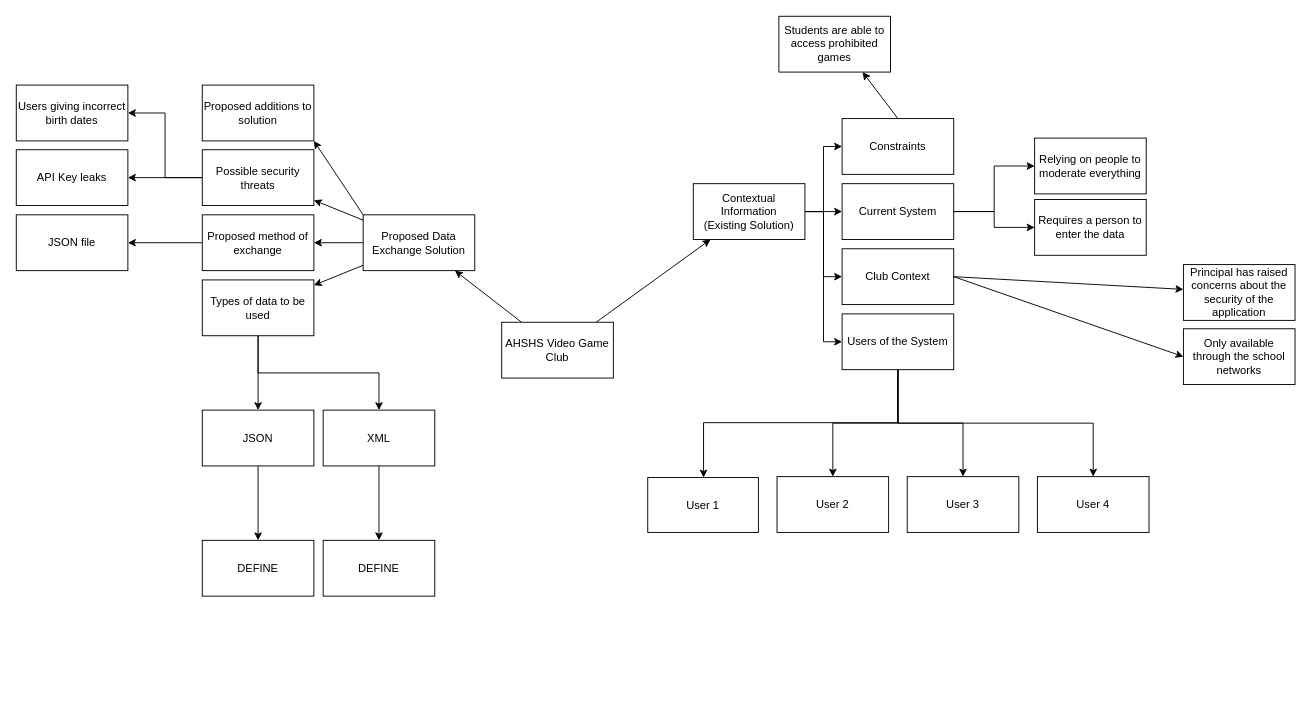
This is docs/mindmap.drawio from Yuki-42/IA3, a draw.io file, before an edit. Source tidied: cells renumbered, new cells numbered last; positions are measured from the earlier drawing's top-left corner, leaving out a move shared by most shapes. Both pictures are drawn from the tidied source at 93%, with x=0, y=0 at pixel (16, 16).
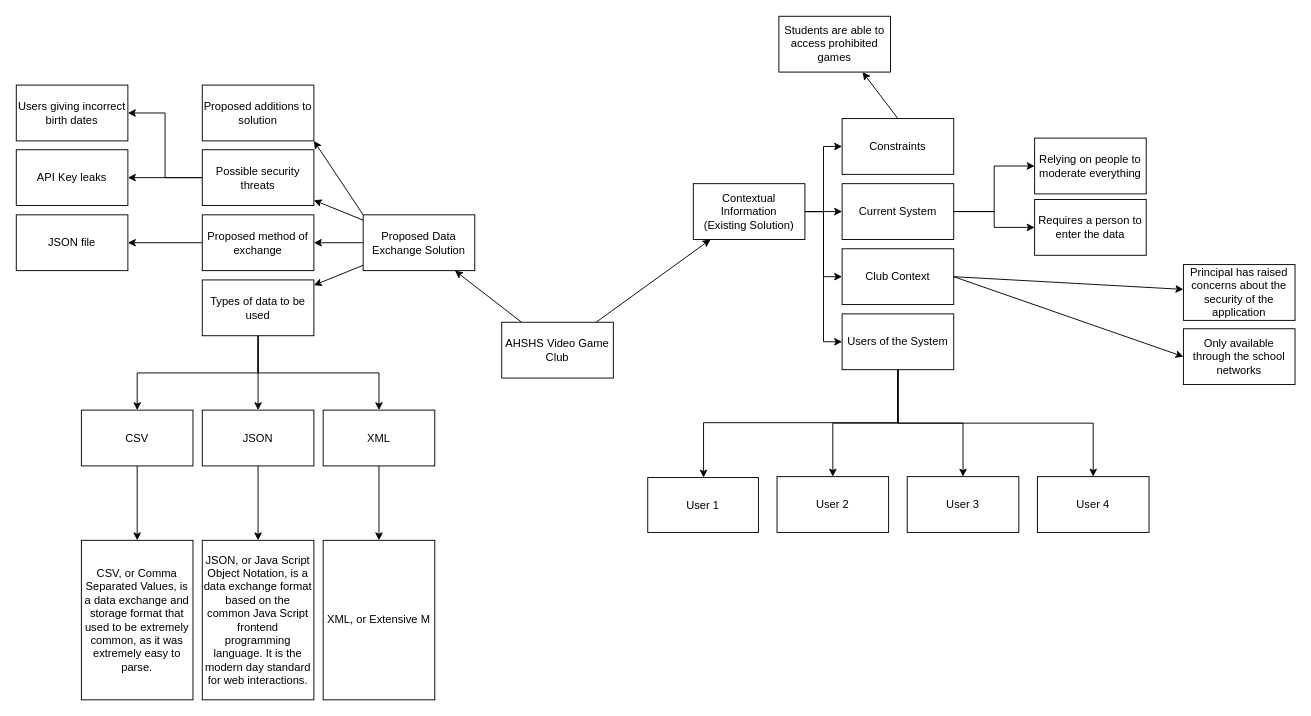
After the change.

The change refers to these unchanged cells:
```xml
<mxCell id="14" value="Types of data to be used" style="whiteSpace=wrap;html=1;" parent="1" vertex="1">
  <mxGeometry x="200" y="283.5" width="120" height="60" as="geometry" />
</mxCell>
```

What changed in the source:
```diff
@@
+    <mxCell id="55" style="edgeStyle=orthogonalEdgeStyle;rounded=0;jettySize=auto;html=1;exitX=0.5;exitY=1;exitDx=0;exitDy=0;entryX=0.5;entryY=0;entryDx=0;entryDy=0;" parent="1" edge="1" source="14" target="57">
+      <mxGeometry relative="1" as="geometry" />
+    </mxCell>
@@
-    <mxCell id="52" value="DEFINE" style="whiteSpace=wrap;html=1;" parent="1" vertex="1">
-      <mxGeometry x="200" y="563.5" width="120" height="60" as="geometry" />
+    <mxCell id="52" value="JSON, or Java Script Object Notation, is a data exchange format based on the common Java Script frontend programming language. It is the modern day standard for web interactions." style="whiteSpace=wrap;html=1;" parent="1" vertex="1">
+      <mxGeometry x="200" y="563.5" width="120" height="171.5" as="geometry" />
     </mxCell>
-    <mxCell id="53" value="DEFINE" style="whiteSpace=wrap;html=1;" parent="1" vertex="1">
-      <mxGeometry x="330" y="563.5" width="120" height="60" as="geometry" />
+    <mxCell id="53" value="XML, or Extensive M" style="whiteSpace=wrap;html=1;" parent="1" vertex="1">
+      <mxGeometry x="330" y="563.5" width="120" height="171.5" as="geometry" />
     </mxCell>
@@
+    <mxCell id="56" style="edgeStyle=orthogonalEdgeStyle;rounded=0;jettySize=auto;html=1;" parent="1" edge="1" source="57" target="58">
+      <mxGeometry relative="1" as="geometry" />
+    </mxCell>
+    <mxCell id="57" value="CSV" style="whiteSpace=wrap;html=1;" parent="1" vertex="1">
+      <mxGeometry x="70" y="423.5" width="120" height="60" as="geometry" />
+    </mxCell>
+    <mxCell id="58" value="CSV, or Comma Separated Values, is a data exchange and storage format that used to be extremely common, as it was extremely easy to parse. " style="whiteSpace=wrap;html=1;" parent="1" vertex="1">
+      <mxGeometry x="70" y="563.5" width="120" height="171.5" as="geometry" />
+    </mxCell>
```
